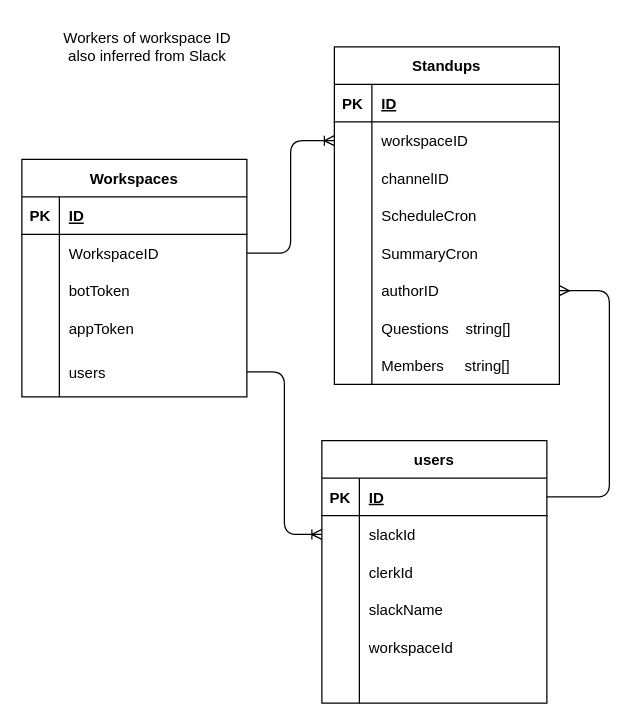
Before: packages/orm/orm.drawio in ThibaultJanBeyer/standup-bot, a draw.io diagram. Source tidied: cells renumbered, new cells numbered last; positions are measured from the earlier drawing's top-left corner, leaving out a move shared by most shapes. Both pictures are drawn from the tidied source at 125%, with x=0, y=0 at pixel (21, 21).
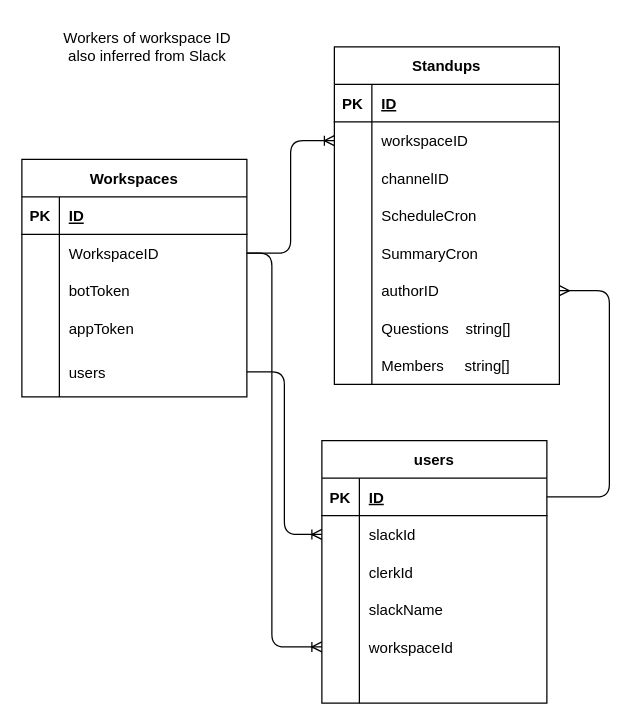
The same diagram, later.

The change refers to these unchanged cells:
```xml
<mxCell id="7" style="shape=tableRow;horizontal=0;startSize=0;swimlaneHead=0;swimlaneBody=0;fillColor=none;points=[[0,0.5],[1,0.5]];portConstraint=eastwest;top=0;left=0;right=0;bottom=0;" parent="3" vertex="1">
  <mxGeometry y="60" width="180" height="30" as="geometry" />
</mxCell>
<mxCell id="33" style="shape=tableRow;horizontal=0;startSize=0;swimlaneHead=0;swimlaneBody=0;fillColor=none;points=[[0,0.5],[1,0.5]];portConstraint=eastwest;top=0;left=0;right=0;bottom=0;" parent="20" vertex="1">
  <mxGeometry y="150" width="180" height="30" as="geometry" />
</mxCell>
```

What changed in the source:
```diff
@@
+    <mxCell id="66" style="edgeStyle=orthogonalEdgeStyle;html=1;exitX=1;exitY=0.5;exitDx=0;exitDy=0;entryX=0;entryY=0.5;entryDx=0;entryDy=0;endArrow=ERoneToMany;endFill=0;" parent="1" edge="1" source="7" target="33">
+      <mxGeometry relative="1" as="geometry">
+        <Array as="points">
+          <mxPoint x="200" y="185" />
+          <mxPoint x="200" y="500" />
+        </Array>
+      </mxGeometry>
+    </mxCell>
```
